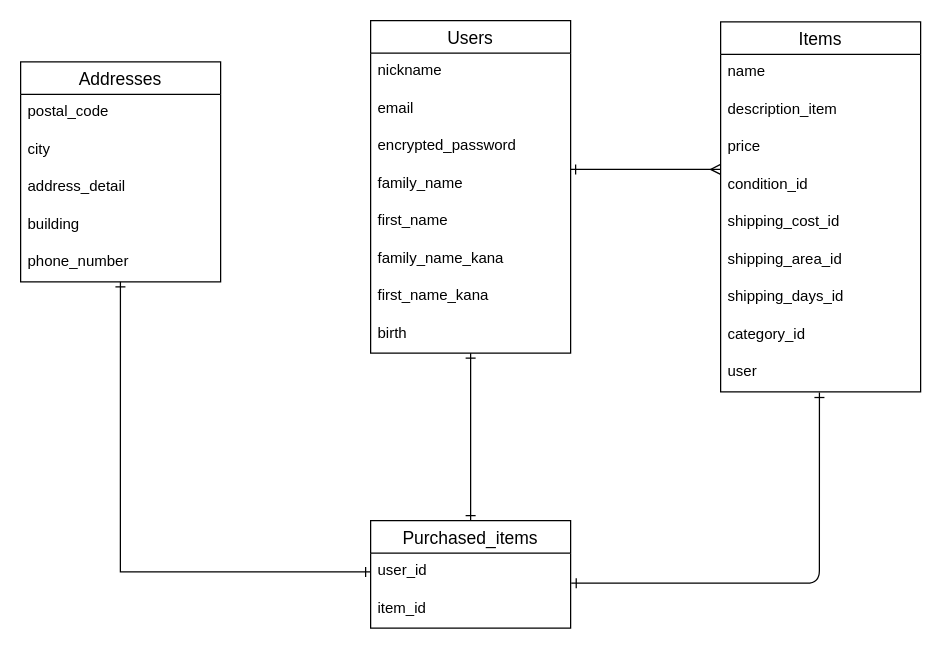
Before: furima_29083.dio in mamesaburo/furima-29083, a draw.io diagram. Source tidied: cells renumbered, new cells numbered last; positions are measured from the earlier drawing's top-left corner, leaving out a move shared by most shapes. Both pictures are drawn from the tidied source at 125%, with x=0, y=0 at pixel (20, 20).
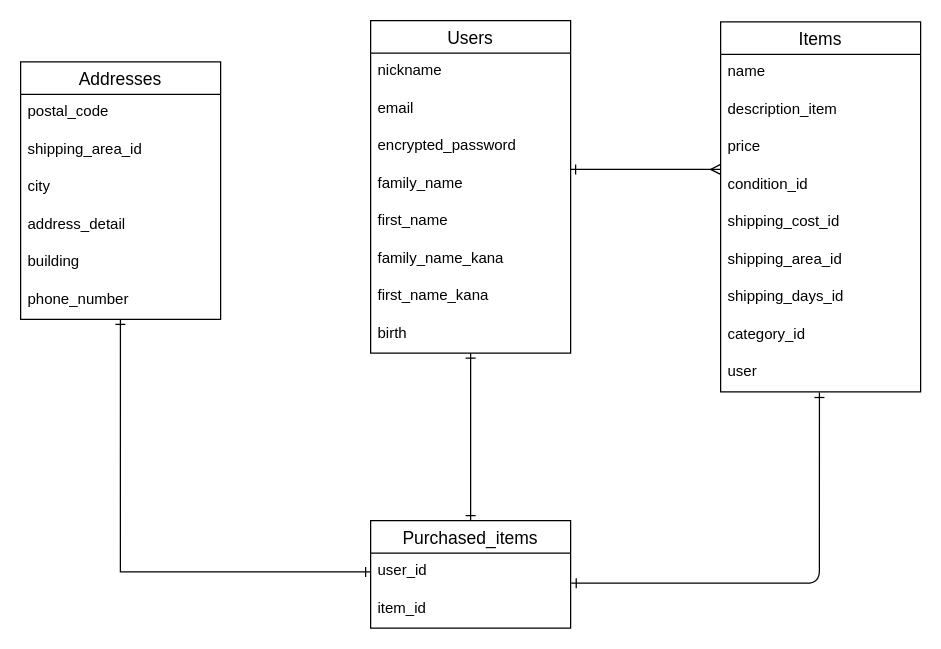
After the change.

Change to the diagram source:
```diff
@@
     <mxCell id="2" value="Addresses" style="swimlane;fontStyle=0;horizontal=1;startSize=26;align=center;fontSize=14;" parent="1" vertex="1">
-      <mxGeometry y="33" width="160" height="176" as="geometry" />
+      <mxGeometry y="33" width="160" height="206" as="geometry" />
     </mxCell>
@@
+    <mxCell id="34" value="shipping_area_id" style="text;strokeColor=none;fillColor=none;spacingLeft=4;spacingRight=4;overflow=hidden;fontSize=12;" parent="2" vertex="1">
+      <mxGeometry y="56" width="160" height="30" as="geometry" />
+    </mxCell>
     <mxCell id="4" value="city" style="text;strokeColor=none;fillColor=none;spacingLeft=4;spacingRight=4;overflow=hidden;fontSize=12;" parent="2" vertex="1">
-      <mxGeometry y="56" width="160" height="30" as="geometry" />
+      <mxGeometry y="86" width="160" height="30" as="geometry" />
     </mxCell>
     <mxCell id="5" value="address_detail" style="text;strokeColor=none;fillColor=none;spacingLeft=4;spacingRight=4;overflow=hidden;fontSize=12;" parent="2" vertex="1">
-      <mxGeometry y="86" width="160" height="30" as="geometry" />
+      <mxGeometry y="116" width="160" height="30" as="geometry" />
     </mxCell>
     <mxCell id="6" value="building" style="text;strokeColor=none;fillColor=none;spacingLeft=4;spacingRight=4;overflow=hidden;fontSize=12;" parent="2" vertex="1">
-      <mxGeometry y="116" width="160" height="30" as="geometry" />
+      <mxGeometry y="146" width="160" height="30" as="geometry" />
     </mxCell>
     <mxCell id="7" value="phone_number" style="text;strokeColor=none;fillColor=none;spacingLeft=4;spacingRight=4;overflow=hidden;points=[[0,0.5],[1,0.5]];portConstraint=eastwest;fontSize=12;" parent="2" vertex="1">
-      <mxGeometry y="146" width="160" height="30" as="geometry" />
+      <mxGeometry y="176" width="160" height="30" as="geometry" />
     </mxCell>
```
